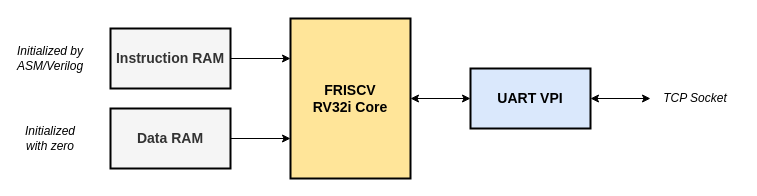
The draw.io diagram page "Interactive testbench" (9 of 11) of doc/friscv.drawio in dpretet/friscv, before the edit. Source tidied: cells renumbered, new cells numbered last; positions are measured from the earlier drawing's top-left corner, leaving out a move shared by most shapes. Both pictures are drawn from the tidied source at 100%, with x=0, y=0 at pixel (30, 18).
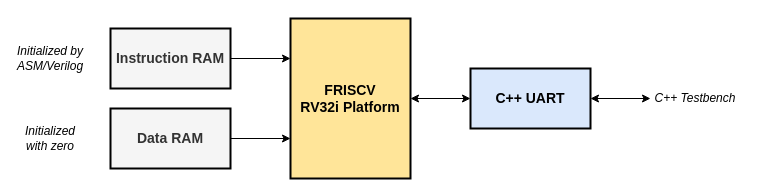
After the change.

What changed in the source:
```diff
@@
 <mxGraphModel>
   <root>
     <mxCell id="0" />
     <mxCell id="1" parent="0" />
     <mxCell id="2" style="edgeStyle=orthogonalEdgeStyle;rounded=0;jettySize=auto;html=1;startArrow=classic;startFill=1;" parent="1" edge="1" source="3" target="9">
       <mxGeometry relative="1" as="geometry" />
     </mxCell>
-    <mxCell id="3" value="FRISCV &lt;br style=&quot;font-size: 14px;&quot;&gt;RV32i Core" style="rounded=0;whiteSpace=wrap;html=1;strokeWidth=2;fillColor=#FFE599;fontSize=14;fontStyle=1;" parent="1" vertex="1">
+    <mxCell id="3" value="FRISCV &lt;br style=&quot;font-size: 14px;&quot;&gt;RV32i Platform" style="rounded=0;whiteSpace=wrap;html=1;strokeWidth=2;fillColor=#FFE599;fontSize=14;fontStyle=1;" parent="1" vertex="1">
       <mxGeometry x="260" width="120" height="160" as="geometry" />
     </mxCell>
     <mxCell id="4" style="edgeStyle=orthogonalEdgeStyle;rounded=0;jettySize=auto;html=1;entryX=0;entryY=0.25;entryDx=0;entryDy=0;" parent="1" edge="1" source="5" target="3">
       <mxGeometry relative="1" as="geometry" />
     </mxCell>
     <mxCell id="5" value="Instruction RAM" style="rounded=0;whiteSpace=wrap;html=1;fillColor=#f5f5f5;fontColor=#333333;strokeWidth=2;fontSize=14;fontStyle=1;" parent="1" vertex="1">
       <mxGeometry x="80" y="10" width="120" height="60" as="geometry" />
     </mxCell>
     <mxCell id="6" style="edgeStyle=orthogonalEdgeStyle;rounded=0;jettySize=auto;html=1;exitX=1;exitY=0.5;exitDx=0;exitDy=0;entryX=0;entryY=0.75;entryDx=0;entryDy=0;" parent="1" edge="1" source="7" target="3">
       <mxGeometry relative="1" as="geometry" />
     </mxCell>
     <mxCell id="7" value="Data RAM" style="rounded=0;whiteSpace=wrap;html=1;fillColor=#f5f5f5;fontColor=#333333;strokeWidth=2;fontSize=14;fontStyle=1;" parent="1" vertex="1">
       <mxGeometry x="80" y="90" width="120" height="60" as="geometry" />
     </mxCell>
     <mxCell id="8" style="edgeStyle=orthogonalEdgeStyle;rounded=0;jettySize=auto;html=1;exitX=1;exitY=0.5;exitDx=0;exitDy=0;startArrow=classic;startFill=1;entryX=0;entryY=0.5;entryDx=0;entryDy=0;" parent="1" edge="1" source="9" target="10">
       <mxGeometry relative="1" as="geometry" />
     </mxCell>
-    <mxCell id="9" value="UART VPI" style="whiteSpace=wrap;html=1;rounded=0;fillColor=#dae8fc;strokeWidth=2;fontSize=14;fontStyle=1;" parent="1" vertex="1">
+    <mxCell id="9" value="C++ UART" style="whiteSpace=wrap;html=1;rounded=0;fillColor=#dae8fc;strokeWidth=2;fontSize=14;fontStyle=1;" parent="1" vertex="1">
       <mxGeometry x="440" y="50" width="120" height="60" as="geometry" />
     </mxCell>
-    <mxCell id="10" value="TCP Socket" style="text;html=1;strokeColor=none;fillColor=none;align=center;verticalAlign=middle;whiteSpace=wrap;rounded=0;fontStyle=2;" parent="1" vertex="1">
+    <mxCell id="10" value="C++ Testbench" style="text;html=1;strokeColor=none;fillColor=none;align=center;verticalAlign=middle;whiteSpace=wrap;rounded=0;fontStyle=2;" parent="1" vertex="1">
       <mxGeometry x="620" y="70" width="90" height="20" as="geometry" />
     </mxCell>
     <mxCell id="11" value="Initialized by ASM/Verilog" style="text;html=1;strokeColor=none;fillColor=none;align=center;verticalAlign=middle;whiteSpace=wrap;rounded=0;fontStyle=2;" parent="1" vertex="1">
       <mxGeometry y="30" width="40" height="20" as="geometry" />
     </mxCell>
     <mxCell id="12" value="Initialized with zero" style="text;html=1;strokeColor=none;fillColor=none;align=center;verticalAlign=middle;whiteSpace=wrap;rounded=0;fontStyle=2;" parent="1" vertex="1">
       <mxGeometry y="110" width="40" height="20" as="geometry" />
     </mxCell>
   </root>
 </mxGraphModel>
```
